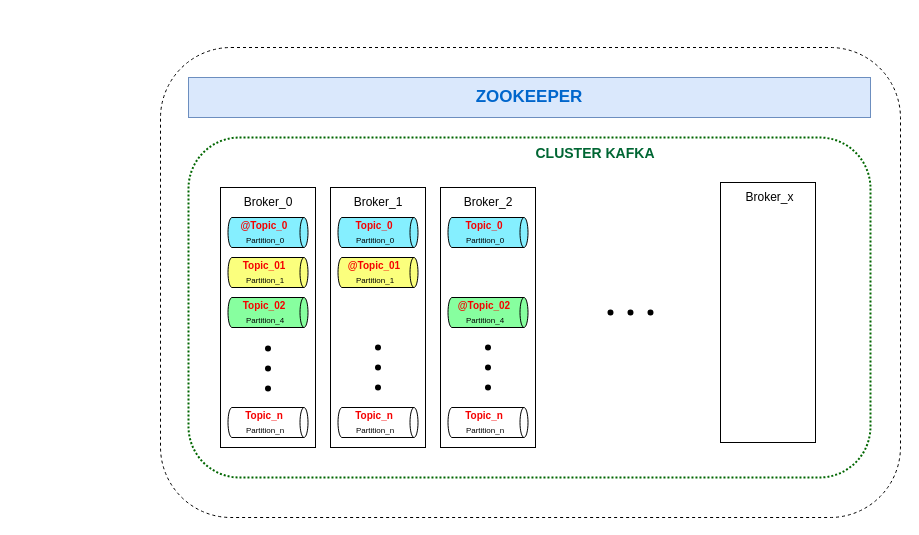
Earlier version of the draw.io diagram kafka_diagrram.drawio (ZOMELI/Diagram). Source tidied: cells renumbered, new cells numbered last; positions are measured from the earlier drawing's top-left corner, leaving out a move shared by most shapes. Both pictures are drawn from the tidied source at 100%, with x=0, y=0 at pixel (16, 47).
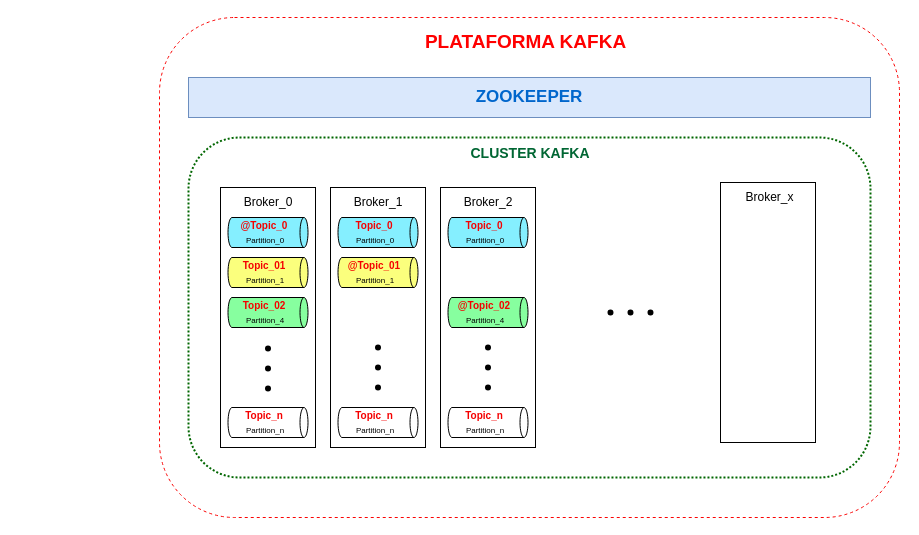
After the change.

What changed in the source:
```diff
@@
-    <mxCell id="2" style="rounded=1;whiteSpace=wrap;html=1;dashed=1;" parent="1" vertex="1">
-      <mxGeometry x="144" width="740" height="470" as="geometry" />
+    <mxCell id="2" style="rounded=1;whiteSpace=wrap;html=1;dashed=1;strokeColor=#fb0404;" parent="1" vertex="1">
+      <mxGeometry x="143" y="-30" width="740" height="500" as="geometry" />
     </mxCell>
@@
     <mxCell id="55" value="&lt;font size=&quot;1&quot; color=&quot;#006633&quot; style=&quot;&quot;&gt;&lt;b style=&quot;font-size: 14px;&quot;&gt;CLUSTER KAFKA&lt;/b&gt;&lt;/font&gt;" style="text;html=1;align=center;verticalAlign=middle;whiteSpace=wrap;rounded=0;" parent="1" vertex="1">
-      <mxGeometry x="494" y="91" width="170" height="30" as="geometry" />
+      <mxGeometry x="429" y="91" width="170" height="30" as="geometry" />
     </mxCell>
@@
+    <mxCell id="84" value="&lt;font style=&quot;font-size: 19px;&quot;&gt;&lt;span style=&quot;font-size: 19px;&quot;&gt;PLATAFORMA KAFKA&lt;/span&gt;&lt;/font&gt;" style="text;html=1;align=center;verticalAlign=middle;whiteSpace=wrap;rounded=0;fontColor=#FF0000;fontSize=19;fontStyle=1;" parent="1" vertex="1">
+      <mxGeometry x="356.5" y="-20" width="305" height="30" as="geometry" />
+    </mxCell>
```
